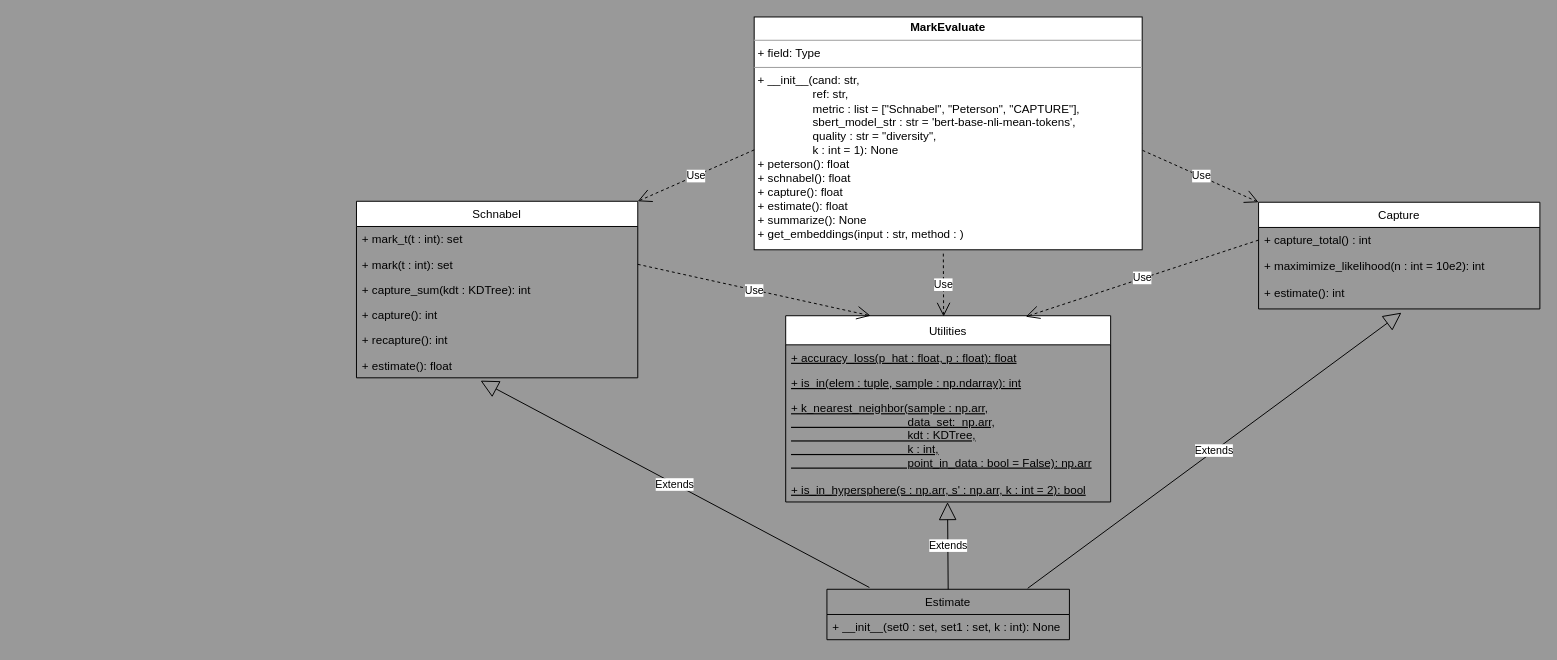
The draw.io diagram MarkEvaluate.drawio in LazerLambda/ME, before the edit. Source tidied: cells renumbered, new cells numbered last; positions are measured from the earlier drawing's top-left corner, leaving out a move shared by most shapes. Both pictures are drawn from the tidied source at 97%, with x=0, y=0 at pixel (356, 16).
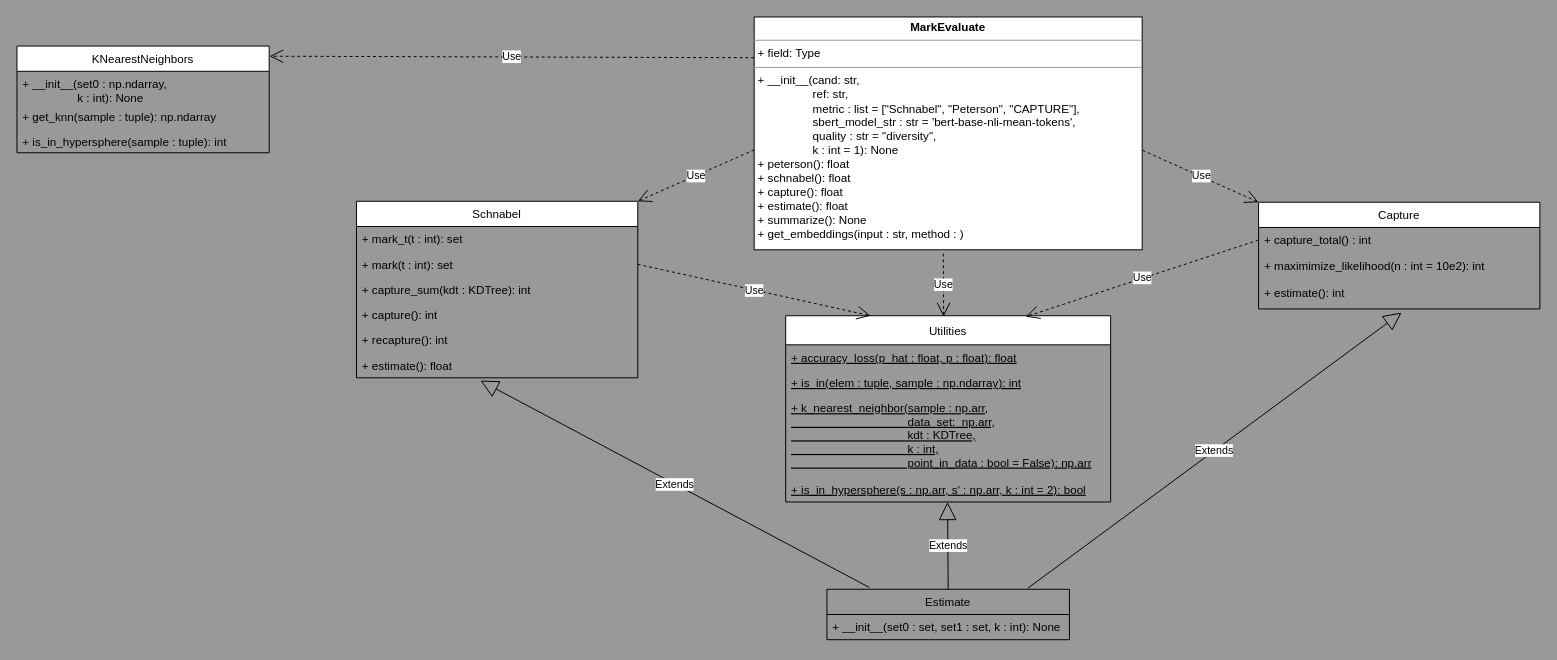
Above is the later version.

The edit, as a diff of the source:
```diff
@@
+    <mxCell id="30" value="KNearestNeighbors" style="swimlane;fontStyle=0;horizontal=1;startSize=26;labelBackgroundColor=none;" parent="1" vertex="1">
+      <mxGeometry x="-350" y="30" width="260" height="110" as="geometry" />
+    </mxCell>
+    <mxCell id="31" value="+ __init__(set0 : np.ndarray,&#10;                 k : int): None" style="text;strokeColor=none;fillColor=none;align=left;verticalAlign=top;spacingLeft=4;spacingRight=4;overflow=hidden;" parent="30" vertex="1">
+      <mxGeometry y="26" width="260" height="34" as="geometry" />
+    </mxCell>
+    <mxCell id="32" value="+ get_knn(sample : tuple): np.ndarray" style="text;strokeColor=none;fillColor=none;align=left;verticalAlign=top;spacingLeft=4;spacingRight=4;overflow=hidden;" parent="30" vertex="1">
+      <mxGeometry y="60" width="260" height="26" as="geometry" />
+    </mxCell>
+    <mxCell id="33" value="+ is_in_hypersphere(sample : tuple): int" style="text;strokeColor=none;fillColor=none;align=left;verticalAlign=top;spacingLeft=4;spacingRight=4;overflow=hidden;" parent="30" vertex="1">
+      <mxGeometry y="86" width="260" height="24" as="geometry" />
+    </mxCell>
+    <mxCell id="34" value="Use" style="endArrow=open;endSize=12;dashed=1;html=1;entryX=1.002;entryY=0.095;entryDx=0;entryDy=0;entryPerimeter=0;" parent="1" edge="1" target="30">
+      <mxGeometry relative="1" as="geometry">
+        <mxPoint x="410" y="42" as="sourcePoint" />
+      </mxGeometry>
+    </mxCell>
```
